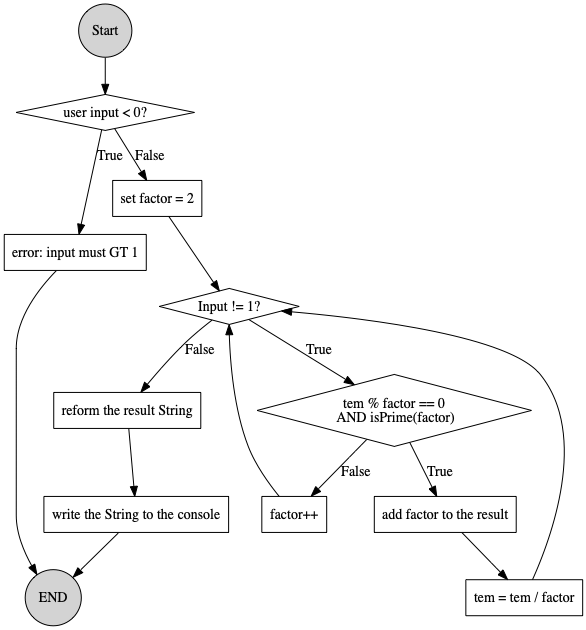
This is week2/Folien/figs/p2.png from Hou2wenjie/PGdP-WS19-20, a Graphviz export, as it was before one commit. Its source is kept beside it as week2/Folien/figs/p2.dot. Its diagram source:
```dot
digraph p2{
    size = "40, 30";
    start[label="Start" shape=circle style=filled]
    ifLT0[label="user input < 0?" shape=diamond]
    error[label="error: input must GT 1" shape=box]
    setupFoctor[label="set factor = 2" shape=box]
    ifNumNE1[label="Input != 1?" shape=diamond]
    incFactor[label="factor++" shape=box]
    if[label="tem % factor == 0\n AND isPrime(factor)" shape=diamond]
    addFactor[label="add factor to the result" shape=box]
    divInput[label="tem = tem / factor" shape=box]
    reform[label="reform the result String" shape=box]
    write[label="write the String to the console" shape=box]
    end[label="END" shape=circle style=filled]

    start -> ifLT0
    ifLT0 -> error[label="True"]
    error -> end
    ifLT0 -> setupFoctor[label="False"]
    setupFoctor -> ifNumNE1
    ifNumNE1 -> reform[label="False"]
    reform -> write
    write -> end
    ifNumNE1 -> if[label="True"]
    if -> addFactor[label="True"]
    if -> incFactor[label="False"]
    incFactor -> ifNumNE1
    addFactor -> divInput
    divInput -> ifNumNE1
}
```
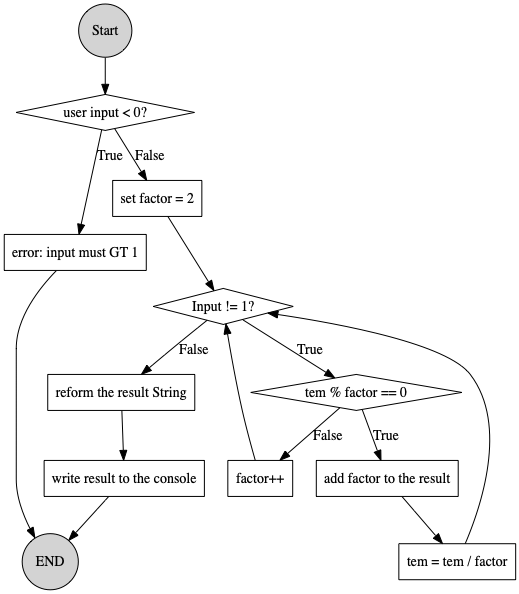
After the commit.

The edit, as a diff of the source:
```diff
@@ -6,11 +6,11 @@
     setupFoctor[label="set factor = 2" shape=box]
     ifNumNE1[label="Input != 1?" shape=diamond]
     incFactor[label="factor++" shape=box]
-    if[label="tem % factor == 0\n AND isPrime(factor)" shape=diamond]
+    if[label="tem % factor == 0" shape=diamond]
     addFactor[label="add factor to the result" shape=box]
     divInput[label="tem = tem / factor" shape=box]
     reform[label="reform the result String" shape=box]
-    write[label="write the String to the console" shape=box]
+    write[label="write result to the console" shape=box]
     end[label="END" shape=circle style=filled]
 
     start -> ifLT0
```
